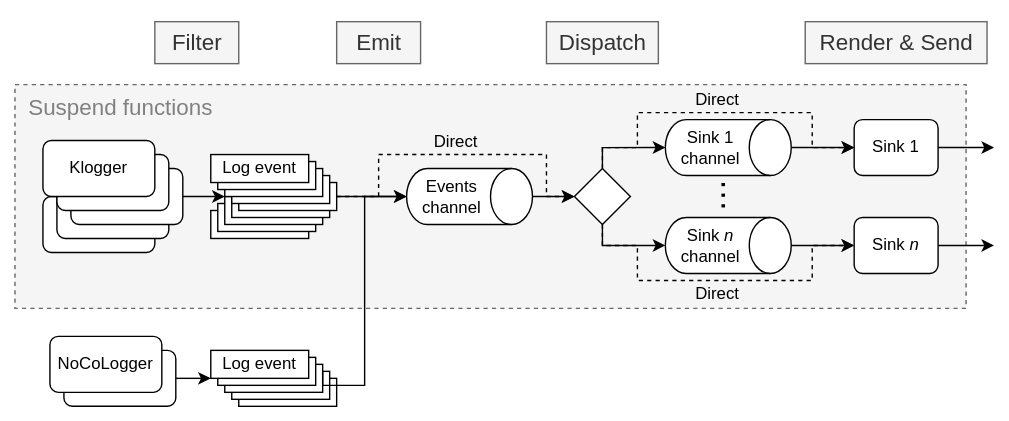
Before: static/img/klogging-process.svg, a diagram exported from draw.io (klogging/klogging.io). Source tidied: cells renumbered, new cells last; positions are measured from the earlier drawing's top-left corner, leaving out a move shared by most shapes.
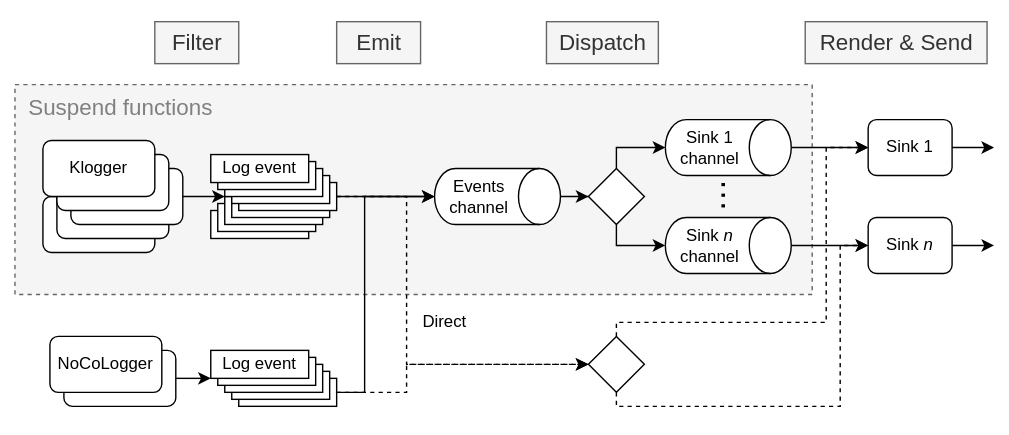
After the commit.

Commit message:
Updated process diagram for direct logging changes

The edit, as a diff of the source:
```diff
@@ -3,16 +3,16 @@
     <mxCell id="0" />
     <mxCell id="1" parent="0" />
     <mxCell id="2" style="rounded=0;whiteSpace=wrap;html=1;fontSize=16;dashed=1;verticalAlign=top;align=left;spacingLeft=8;fontColor=#808080;fillColor=#FFFFFF;strokeColor=none;" parent="1" vertex="1">
-      <mxGeometry width="720" height="300" as="geometry" />
+      <mxGeometry width="720" height="310" as="geometry" />
     </mxCell>
     <mxCell id="3" value="Suspend functions" style="rounded=0;whiteSpace=wrap;html=1;fontSize=16;dashed=1;strokeColor=#666666;fillColor=#f5f5f5;verticalAlign=top;align=left;spacingLeft=8;fontColor=#808080;" parent="1" vertex="1">
-      <mxGeometry x="10" y="60" width="680" height="160" as="geometry" />
+      <mxGeometry x="10" y="60" width="570" height="150" as="geometry" />
     </mxCell>
     <mxCell id="4" style="edgeStyle=orthogonalEdgeStyle;rounded=0;jettySize=auto;html=1;entryX=0;entryY=0.5;entryDx=0;entryDy=0;fontSize=24;" parent="1" edge="1" source="5" target="12">
       <mxGeometry relative="1" as="geometry" />
     </mxCell>
     <mxCell id="5" value="Events channel" style="shape=cylinder3;whiteSpace=wrap;html=1;boundedLbl=1;backgroundOutline=1;size=15;rotation=90;horizontal=0;" parent="1" vertex="1">
-      <mxGeometry x="315" y="95" width="40" height="90" as="geometry" />
+      <mxGeometry x="335" y="95" width="40" height="90" as="geometry" />
     </mxCell>
     <mxCell id="6" style="rounded=0;jettySize=auto;html=1;exitX=0.5;exitY=0;exitDx=0;exitDy=0;exitPerimeter=0;entryX=0;entryY=0.5;entryDx=0;entryDy=0;fontSize=24;" parent="1" edge="1" source="7" target="37">
       <mxGeometry relative="1" as="geometry" />
@@ -29,19 +29,19 @@
     <mxCell id="10" style="edgeStyle=orthogonalEdgeStyle;rounded=0;jettySize=auto;html=1;entryX=0.5;entryY=1;entryDx=0;entryDy=0;entryPerimeter=0;fontSize=24;exitX=0.5;exitY=0;exitDx=0;exitDy=0;" parent="1" edge="1" source="12" target="7">
       <mxGeometry relative="1" as="geometry">
         <Array as="points">
-          <mxPoint x="430" y="105" />
+          <mxPoint x="440" y="105" />
         </Array>
       </mxGeometry>
     </mxCell>
     <mxCell id="11" style="edgeStyle=orthogonalEdgeStyle;rounded=0;jettySize=auto;html=1;entryX=0.5;entryY=1;entryDx=0;entryDy=0;entryPerimeter=0;fontSize=24;exitX=0.5;exitY=1;exitDx=0;exitDy=0;" parent="1" edge="1" source="12" target="9">
       <mxGeometry relative="1" as="geometry">
         <Array as="points">
-          <mxPoint x="430" y="175" />
+          <mxPoint x="440" y="175" />
         </Array>
       </mxGeometry>
     </mxCell>
     <mxCell id="12" style="rhombus;whiteSpace=wrap;html=1;" parent="1" vertex="1">
-      <mxGeometry x="410" y="120" width="40" height="40" as="geometry" />
+      <mxGeometry x="420" y="120" width="40" height="40" as="geometry" />
     </mxCell>
     <mxCell id="13" style="group;" parent="1" vertex="1">
       <mxGeometry x="30" y="100" width="100" height="80" as="geometry" />
@@ -118,7 +118,7 @@
       </mxGeometry>
     </mxCell>
     <mxCell id="37" value="Sink 1" style="rounded=1;whiteSpace=wrap;html=1;" parent="1" vertex="1">
-      <mxGeometry x="610" y="85" width="60" height="40" as="geometry" />
+      <mxGeometry x="620" y="85" width="60" height="40" as="geometry" />
     </mxCell>
     <mxCell id="38" style="rounded=0;jettySize=auto;html=1;exitX=1;exitY=0.5;exitDx=0;exitDy=0;fontSize=24;" parent="1" edge="1" source="39">
       <mxGeometry relative="1" as="geometry">
@@ -126,7 +126,7 @@
       </mxGeometry>
     </mxCell>
     <mxCell id="39" value="Sink &lt;i&gt;n&lt;/i&gt;" style="rounded=1;whiteSpace=wrap;html=1;" parent="1" vertex="1">
-      <mxGeometry x="610" y="155" width="60" height="40" as="geometry" />
+      <mxGeometry x="620" y="155" width="60" height="40" as="geometry" />
     </mxCell>
     <mxCell id="40" value="Filter" style="text;html=1;align=center;verticalAlign=middle;fontSize=16;fillColor=#f5f5f5;strokeColor=#666666;fontColor=#333333;spacing=3;" parent="1" vertex="1">
       <mxGeometry x="110" y="15" width="60" height="30" as="geometry" />
@@ -155,51 +155,54 @@
     <mxCell id="48" value="Log event" style="rounded=0;whiteSpace=wrap;html=1;" parent="43" vertex="1">
       <mxGeometry width="70" height="20" as="geometry" />
     </mxCell>
-    <mxCell id="49" style="edgeStyle=orthogonalEdgeStyle;rounded=0;jettySize=auto;html=1;fontSize=16;fontColor=#808080;entryX=0.5;entryY=1;entryDx=0;entryDy=0;entryPerimeter=0;exitX=1;exitY=0.25;exitDx=0;exitDy=0;" parent="1" edge="1" source="46" target="5">
+    <mxCell id="49" style="edgeStyle=orthogonalEdgeStyle;rounded=0;jettySize=auto;html=1;fontSize=16;fontColor=#808080;entryX=0.5;entryY=1;entryDx=0;entryDy=0;entryPerimeter=0;exitX=1;exitY=0.5;exitDx=0;exitDy=0;" parent="1" edge="1" source="44" target="5">
       <mxGeometry relative="1" as="geometry">
         <Array as="points">
-          <mxPoint x="260" y="275" />
+          <mxPoint x="260" y="280" />
           <mxPoint x="260" y="140" />
         </Array>
       </mxGeometry>
     </mxCell>
-    <mxCell id="50" value="Direct" style="edgeStyle=orthogonalEdgeStyle;rounded=0;jettySize=auto;html=1;entryX=0;entryY=0.5;entryDx=0;entryDy=0;fontSize=12;dashed=1;labelBackgroundColor=none;spacingBottom=19;" parent="1" edge="1" target="12">
-      <mxGeometry relative="1" as="geometry">
+    <mxCell id="50" value="Direct" style="edgeStyle=orthogonalEdgeStyle;rounded=0;jettySize=auto;html=1;entryX=0;entryY=0.5;entryDx=0;entryDy=0;fontSize=12;dashed=1;labelBackgroundColor=none;spacingBottom=19;" parent="1" edge="1" target="54">
+      <mxGeometry x="0.31" y="20" relative="1" as="geometry">
         <mxPoint x="240" y="140" as="sourcePoint" />
         <Array as="points">
-          <mxPoint x="270" y="140" />
-          <mxPoint x="270" y="110" />
-          <mxPoint x="390" y="110" />
-          <mxPoint x="390" y="140" />
+          <mxPoint x="290" y="140" />
+          <mxPoint x="290" y="260" />
         </Array>
       </mxGeometry>
     </mxCell>
-    <mxCell id="51" value="Direct" style="edgeStyle=orthogonalEdgeStyle;rounded=0;jettySize=auto;html=1;entryX=0;entryY=0.5;entryDx=0;entryDy=0;fontSize=12;dashed=1;labelBackgroundColor=none;spacingBottom=-19;" parent="1" edge="1" target="39">
-      <mxGeometry relative="1" as="geometry">
-        <mxPoint x="430" y="160" as="sourcePoint" />
-        <Array as="points">
-          <mxPoint x="430" y="175" />
-          <mxPoint x="455" y="175" />
-          <mxPoint x="455" y="200" />
-          <mxPoint x="580" y="200" />
-          <mxPoint x="580" y="175" />
-        </Array>
-      </mxGeometry>
-    </mxCell>
-    <mxCell id="52" value="Direct" style="edgeStyle=orthogonalEdgeStyle;rounded=0;jettySize=auto;html=1;entryX=0;entryY=0.5;entryDx=0;entryDy=0;fontSize=12;dashed=1;labelBackgroundColor=none;spacingBottom=19;" parent="1" edge="1" target="37">
-      <mxGeometry relative="1" as="geometry">
-        <mxPoint x="430" y="120" as="sourcePoint" />
-        <Array as="points">
-          <mxPoint x="430" y="105" />
-          <mxPoint x="455" y="105" />
-          <mxPoint x="455" y="80" />
-          <mxPoint x="580" y="80" />
-          <mxPoint x="580" y="105" />
-        </Array>
-      </mxGeometry>
-    </mxCell>
     <mxCell id="53" value="Emit" style="text;html=1;align=center;verticalAlign=middle;fontSize=16;fillColor=#f5f5f5;strokeColor=#666666;fontColor=#333333;spacing=3;" parent="1" vertex="1">
       <mxGeometry x="240" y="15" width="60" height="30" as="geometry" />
     </mxCell>
+    <mxCell id="54" style="rhombus;whiteSpace=wrap;html=1;" parent="1" vertex="1">
+      <mxGeometry x="420" y="240" width="40" height="40" as="geometry" />
+    </mxCell>
+    <mxCell id="55" style="edgeStyle=orthogonalEdgeStyle;rounded=0;jettySize=auto;html=1;fontSize=12;dashed=1;labelBackgroundColor=none;spacingBottom=19;exitX=0.5;exitY=0;exitDx=0;exitDy=0;entryX=0;entryY=0.5;entryDx=0;entryDy=0;" parent="1" edge="1" source="54" target="37">
+      <mxGeometry x="0.1" relative="1" as="geometry">
+        <Array as="points">
+          <mxPoint x="440" y="230" />
+          <mxPoint x="590" y="230" />
+          <mxPoint x="590" y="105" />
+        </Array>
+      </mxGeometry>
+    </mxCell>
+    <mxCell id="56" style="edgeStyle=orthogonalEdgeStyle;rounded=0;jettySize=auto;html=1;fontSize=12;dashed=1;labelBackgroundColor=none;spacingBottom=19;exitX=0.5;exitY=1;exitDx=0;exitDy=0;entryX=0;entryY=0.5;entryDx=0;entryDy=0;" parent="1" edge="1" source="54" target="39">
+      <mxGeometry x="0.1" relative="1" as="geometry">
+        <Array as="points">
+          <mxPoint x="440" y="290" />
+          <mxPoint x="600" y="290" />
+          <mxPoint x="600" y="175" />
+        </Array>
+      </mxGeometry>
+    </mxCell>
+    <mxCell id="57" style="edgeStyle=orthogonalEdgeStyle;rounded=0;jettySize=auto;html=1;entryX=0;entryY=0.5;entryDx=0;entryDy=0;fontSize=12;dashed=1;labelBackgroundColor=none;spacingBottom=19;exitX=1;exitY=0.5;exitDx=0;exitDy=0;" parent="1" edge="1" source="44" target="54">
+      <mxGeometry x="0.1" relative="1" as="geometry">
+        <Array as="points">
+          <mxPoint x="290" y="280" />
+          <mxPoint x="290" y="260" />
+        </Array>
+      </mxGeometry>
+    </mxCell>
   </root>
 </mxGraphModel>
```
